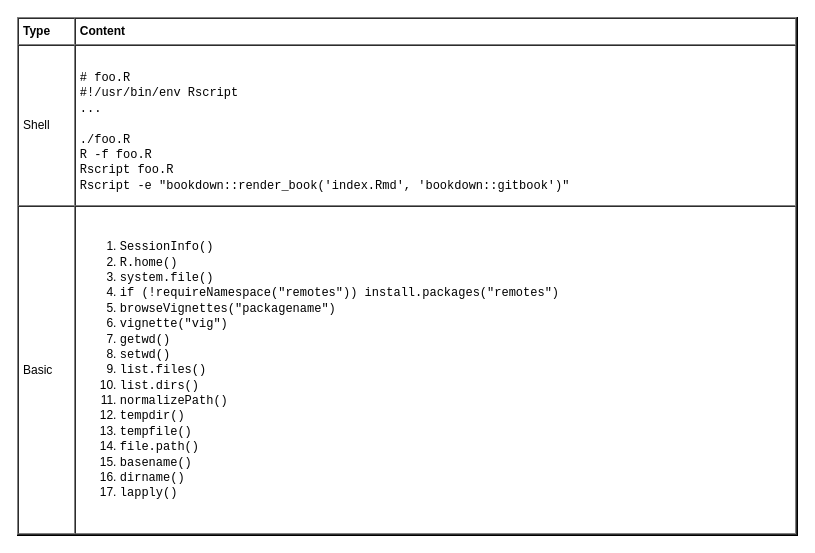
Before: page "R" (3 of 5) of languages/R/R.drawio in yangdj/tf_docs, a draw.io diagram. Source tidied: cells renumbered, new cells numbered last; positions are measured from the earlier drawing's top-left corner, leaving out a move shared by most shapes. Both pictures are drawn from the tidied source at 100%, with x=0, y=0 at pixel (17, 17).
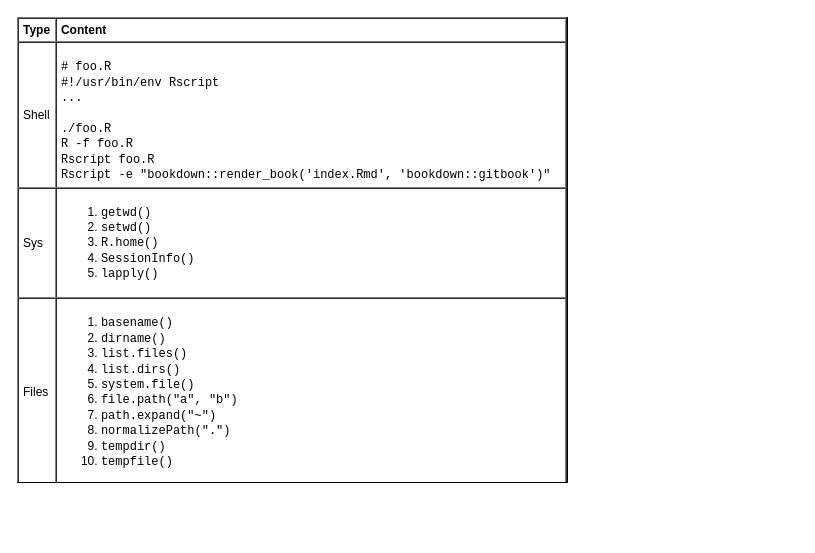
Above is the later version.

Diff of the diagram source:
```diff
@@
 <mxGraphModel>
   <root>
     <mxCell id="0" />
     <mxCell id="1" parent="0" />
-    <mxCell id="2" value="&lt;table cellpadding=&quot;4&quot; cellspacing=&quot;0&quot; border=&quot;1&quot; style=&quot;font-size: 1em ; width: 100% ; height: 100%&quot;&gt;&lt;tbody&gt;&lt;tr&gt;&lt;th&gt;Type&lt;/th&gt;&lt;th&gt;Content&lt;/th&gt;&lt;/tr&gt;&lt;tr&gt;&lt;td&gt;Shell&lt;/td&gt;&lt;td&gt;&lt;p&gt;&lt;/p&gt;&lt;font face=&quot;Courier New&quot;&gt;# foo.R&lt;br&gt;#!/usr/bin/env Rscript&lt;br&gt;...&lt;br&gt;&lt;br&gt;./foo.R&lt;br&gt;R -f foo.R&lt;br&gt;Rscript foo.R&lt;br&gt;Rscript -e &quot;bookdown::render_book('index.Rmd', 'bookdown::gitbook')&quot;&lt;br&gt;&lt;/font&gt;&lt;/td&gt;&lt;/tr&gt;&lt;tr&gt;&lt;td&gt;Basic&lt;/td&gt;&lt;td&gt;&lt;ol&gt;&lt;li&gt;&lt;font face=&quot;Courier New&quot;&gt;SessionInfo()&lt;/font&gt;&lt;/li&gt;&lt;li&gt;&lt;font face=&quot;Courier New&quot;&gt;R.home()&lt;/font&gt;&lt;/li&gt;&lt;li&gt;&lt;font face=&quot;Courier New&quot;&gt;system.file()&lt;/font&gt;&lt;/li&gt;&lt;li&gt;&lt;font face=&quot;Courier New&quot;&gt;if (!requireNamespace(&quot;remotes&quot;))&amp;nbsp;install.packages(&quot;remotes&quot;)&lt;/font&gt;&lt;/li&gt;&lt;li&gt;&lt;font face=&quot;Courier New&quot;&gt;&lt;font face=&quot;Courier New&quot;&gt;browseVignettes(&quot;packagename&quot;)&lt;/font&gt;&lt;br&gt;&lt;/font&gt;&lt;/li&gt;&lt;li&gt;&lt;font face=&quot;Courier New&quot;&gt;vignette(&quot;vig&quot;)&lt;/font&gt;&lt;/li&gt;&lt;li&gt;&lt;font face=&quot;Courier New&quot;&gt;getwd()&lt;/font&gt;&lt;/li&gt;&lt;li&gt;&lt;font face=&quot;Courier New&quot;&gt;setwd()&lt;/font&gt;&lt;/li&gt;&lt;li&gt;&lt;font face=&quot;Courier New&quot;&gt;list.files()&lt;/font&gt;&lt;/li&gt;&lt;li&gt;&lt;font face=&quot;Courier New&quot;&gt;list.dirs()&lt;/font&gt;&lt;/li&gt;&lt;li&gt;&lt;font face=&quot;Courier New&quot;&gt;normalizePath()&lt;/font&gt;&lt;/li&gt;&lt;li&gt;&lt;font face=&quot;Courier New&quot;&gt;tempdir()&lt;/font&gt;&lt;/li&gt;&lt;li&gt;&lt;font face=&quot;Courier New&quot;&gt;tempfile()&lt;/font&gt;&lt;/li&gt;&lt;li&gt;&lt;font face=&quot;Courier New&quot;&gt;file.path()&lt;/font&gt;&lt;/li&gt;&lt;li&gt;&lt;font face=&quot;Courier New&quot;&gt;basename()&lt;/font&gt;&lt;/li&gt;&lt;li&gt;&lt;font face=&quot;Courier New&quot;&gt;dirname()&lt;/font&gt;&lt;/li&gt;&lt;li&gt;&lt;font face=&quot;Courier New&quot;&gt;lapply()&lt;/font&gt;&lt;/li&gt;&lt;/ol&gt;&lt;/td&gt;&lt;/tr&gt;&lt;/tbody&gt;&lt;/table&gt; " style="verticalAlign=top;align=left;overflow=fill;fontSize=12;fontFamily=Helvetica;html=1;fillColor=none;" parent="1" vertex="1">
-      <mxGeometry width="780" height="518" as="geometry" />
+    <mxCell id="2" value="&lt;table cellpadding=&quot;4&quot; cellspacing=&quot;0&quot; border=&quot;1&quot; style=&quot;font-size: 1em ; width: 100% ; height: 100%&quot;&gt;&lt;tbody&gt;&lt;tr&gt;&lt;th&gt;Type&lt;/th&gt;&lt;th&gt;Content&lt;/th&gt;&lt;/tr&gt;&lt;tr&gt;&lt;td&gt;Shell&lt;/td&gt;&lt;td&gt;&lt;p&gt;&lt;/p&gt;&lt;font face=&quot;Courier New&quot;&gt;# foo.R&lt;br&gt;#!/usr/bin/env Rscript&lt;br&gt;...&lt;br&gt;&lt;br&gt;./foo.R&lt;br&gt;R -f foo.R&lt;br&gt;Rscript foo.R&lt;br&gt;Rscript -e &quot;bookdown::render_book('index.Rmd', 'bookdown::gitbook')&quot;&lt;br&gt;&lt;/font&gt;&lt;/td&gt;&lt;/tr&gt;&lt;tr&gt;&lt;td&gt;Sys&lt;/td&gt;&lt;td&gt;&lt;ol&gt;&lt;li&gt;&lt;font face=&quot;Courier New&quot;&gt;getwd()&lt;/font&gt;&lt;/li&gt;&lt;li&gt;&lt;font face=&quot;Courier New&quot;&gt;setwd()&lt;/font&gt;&lt;/li&gt;&lt;li&gt;&lt;font face=&quot;Courier New&quot;&gt;R.home()&lt;/font&gt;&lt;/li&gt;&lt;li&gt;&lt;font face=&quot;Courier New&quot;&gt;SessionInfo()&lt;/font&gt;&lt;/li&gt;&lt;li&gt;&lt;span style=&quot;font-family: &amp;#34;courier new&amp;#34; ; font-size: 1em&quot;&gt;lapply()&lt;/span&gt;&lt;br&gt;&lt;/li&gt;&lt;/ol&gt;&lt;/td&gt;&lt;/tr&gt;&lt;tr&gt;&lt;td&gt;Files&lt;/td&gt;&lt;td&gt;&lt;ol&gt;&lt;li&gt;&lt;font face=&quot;Courier New&quot;&gt;basename()&lt;/font&gt;&lt;/li&gt;&lt;li&gt;&lt;font face=&quot;Courier New&quot;&gt;dirname()&lt;/font&gt;&lt;/li&gt;&lt;li&gt;&lt;font face=&quot;Courier New&quot;&gt;list.files()&lt;/font&gt;&lt;/li&gt;&lt;li&gt;&lt;font face=&quot;Courier New&quot;&gt;list.dirs()&lt;/font&gt;&lt;/li&gt;&lt;li&gt;&lt;font face=&quot;Courier New&quot;&gt;system.file()&lt;/font&gt;&lt;/li&gt;&lt;li&gt;&lt;font face=&quot;Courier New&quot;&gt;file.path(&quot;a&quot;, &quot;b&quot;)&lt;/font&gt;&lt;/li&gt;&lt;li&gt;&lt;font face=&quot;Courier New&quot;&gt;path.expand(&quot;~&quot;)&lt;/font&gt;&lt;/li&gt;&lt;li&gt;&lt;font face=&quot;Courier New&quot;&gt;normalizePath(&quot;.&quot;)&lt;/font&gt;&lt;/li&gt;&lt;li&gt;&lt;font face=&quot;Courier New&quot;&gt;tempdir()&lt;/font&gt;&lt;/li&gt;&lt;li&gt;&lt;font face=&quot;Courier New&quot;&gt;tempfile()&lt;/font&gt;&lt;/li&gt;&lt;/ol&gt;&lt;/td&gt;&lt;/tr&gt;&lt;/tbody&gt;&lt;/table&gt; " style="verticalAlign=top;align=left;overflow=fill;fontSize=12;fontFamily=Helvetica;html=1;fillColor=none;" parent="1" vertex="1">
+      <mxGeometry width="550" height="465" as="geometry" />
     </mxCell>
   </root>
 </mxGraphModel>
```
